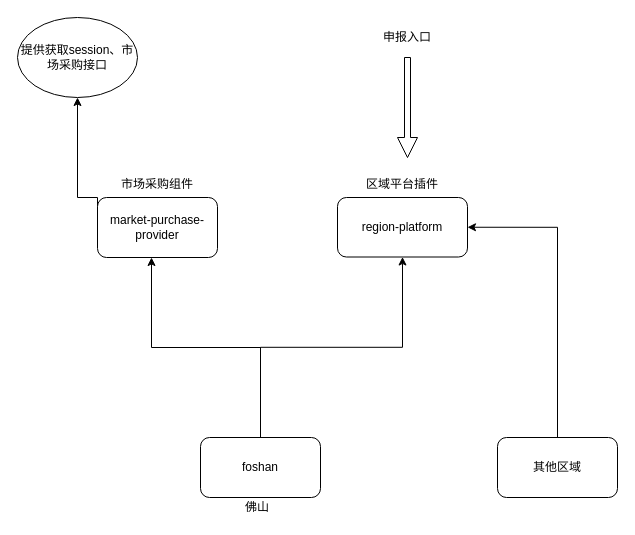
Earlier version of the draw.io diagram 1039.drawio (JessiyLee/my-diagrams). Source tidied: cells renumbered, new cells numbered last; positions are measured from the earlier drawing's top-left corner, leaving out a move shared by most shapes. Both pictures are drawn from the tidied source at 100%, with x=0, y=0 at pixel (17, 17).
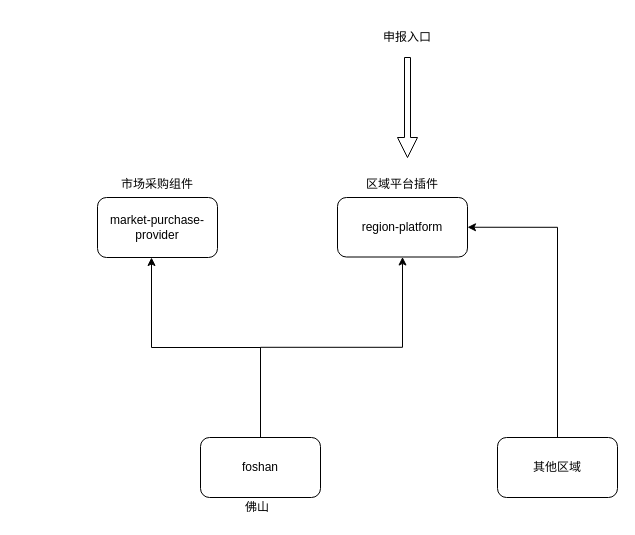
The same page after the edit.

Change to the diagram source:
```diff
@@
 <mxGraphModel>
   <root>
     <mxCell id="0" />
     <mxCell id="1" parent="0" />
     <mxCell id="2" value="region-platform" style="rounded=1;whiteSpace=wrap;html=1;" parent="1" vertex="1">
       <mxGeometry x="320" y="180" width="130" height="59.5" as="geometry" />
     </mxCell>
     <mxCell id="3" style="edgeStyle=orthogonalEdgeStyle;rounded=0;jettySize=auto;html=1;exitX=0.5;exitY=0;exitDx=0;exitDy=0;entryX=0.45;entryY=1;entryDx=0;entryDy=0;entryPerimeter=0;" parent="1" edge="1" source="5" target="9">
       <mxGeometry relative="1" as="geometry" />
     </mxCell>
     <mxCell id="4" style="edgeStyle=orthogonalEdgeStyle;rounded=0;jettySize=auto;html=1;exitX=0.5;exitY=0;exitDx=0;exitDy=0;entryX=0.5;entryY=1;entryDx=0;entryDy=0;" parent="1" edge="1" source="5" target="2">
       <mxGeometry relative="1" as="geometry" />
     </mxCell>
     <mxCell id="5" value="foshan" style="rounded=1;whiteSpace=wrap;html=1;" parent="1" vertex="1">
       <mxGeometry x="183" y="420" width="120" height="60" as="geometry" />
     </mxCell>
     <mxCell id="6" value="区域平台插件" style="text;html=1;strokeColor=none;fillColor=none;align=center;verticalAlign=middle;whiteSpace=wrap;rounded=0;" parent="1" vertex="1">
       <mxGeometry x="335" y="157" width="100" height="20" as="geometry" />
     </mxCell>
     <mxCell id="7" value="佛山" style="text;html=1;strokeColor=none;fillColor=none;align=center;verticalAlign=middle;whiteSpace=wrap;rounded=0;" parent="1" vertex="1">
       <mxGeometry x="190" y="480" width="100" height="20" as="geometry" />
     </mxCell>
-    <mxCell id="8" style="edgeStyle=orthogonalEdgeStyle;rounded=0;jettySize=auto;html=1;exitX=0;exitY=0.5;exitDx=0;exitDy=0;entryX=0.5;entryY=1;entryDx=0;entryDy=0;" parent="1" edge="1" source="9" target="11">
-      <mxGeometry relative="1" as="geometry">
-        <Array as="points">
-          <mxPoint x="80" y="180" />
-          <mxPoint x="60" y="180" />
-        </Array>
-      </mxGeometry>
-    </mxCell>
     <mxCell id="9" value="market-purchase-provider" style="rounded=1;whiteSpace=wrap;html=1;" parent="1" vertex="1">
       <mxGeometry x="80" y="180" width="120" height="60" as="geometry" />
     </mxCell>
     <mxCell id="10" value="市场采购组件" style="text;html=1;strokeColor=none;fillColor=none;align=center;verticalAlign=middle;whiteSpace=wrap;rounded=0;" parent="1" vertex="1">
       <mxGeometry x="90" y="157" width="100" height="20" as="geometry" />
     </mxCell>
-    <mxCell id="11" value="提供获取session、市场采购接口" style="ellipse;whiteSpace=wrap;html=1;" parent="1" vertex="1">
-      <mxGeometry width="120" height="80" as="geometry" />
-    </mxCell>
     <mxCell id="12" style="shape=singleArrow;direction=south;whiteSpace=wrap;html=1;" parent="1" vertex="1">
       <mxGeometry x="380" y="40" width="20" height="100" as="geometry" />
     </mxCell>
     <mxCell id="13" value="申报入口" style="text;html=1;strokeColor=none;fillColor=none;align=center;verticalAlign=middle;whiteSpace=wrap;rounded=0;" parent="1" vertex="1">
       <mxGeometry x="340" width="100" height="40" as="geometry" />
     </mxCell>
     <mxCell id="14" style="edgeStyle=orthogonalEdgeStyle;rounded=0;jettySize=auto;html=1;exitX=0.5;exitY=0;exitDx=0;exitDy=0;entryX=1;entryY=0.5;entryDx=0;entryDy=0;" parent="1" edge="1" source="15" target="2">
       <mxGeometry relative="1" as="geometry" />
     </mxCell>
     <mxCell id="15" value="其他区域" style="rounded=1;whiteSpace=wrap;html=1;" parent="1" vertex="1">
       <mxGeometry x="480" y="420" width="120" height="60" as="geometry" />
     </mxCell>
   </root>
 </mxGraphModel>
```
